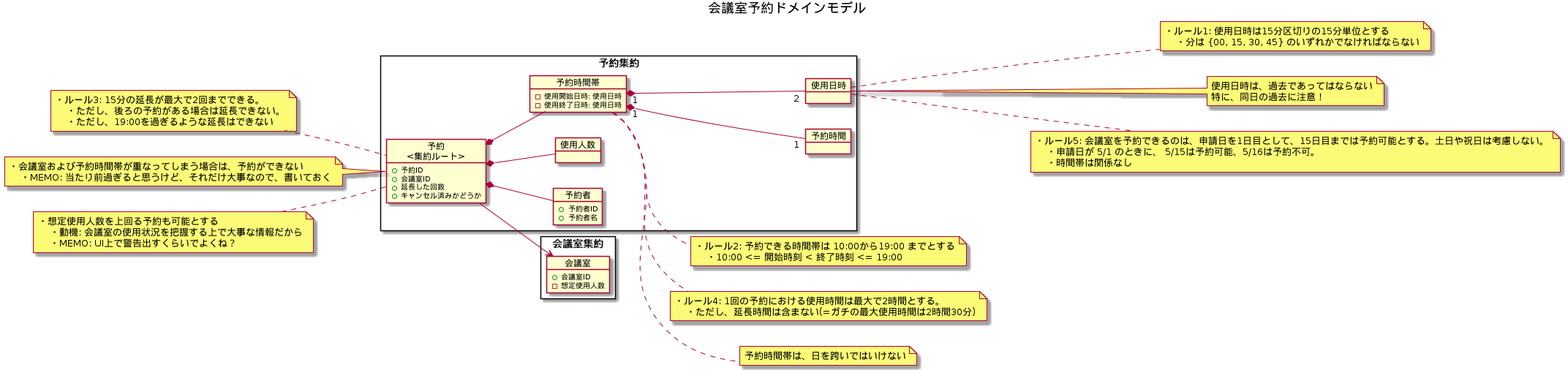
The PlantUML diagram diagram/ドメインモデル.png in ModelingKai/meeting-room-python, before a commit.
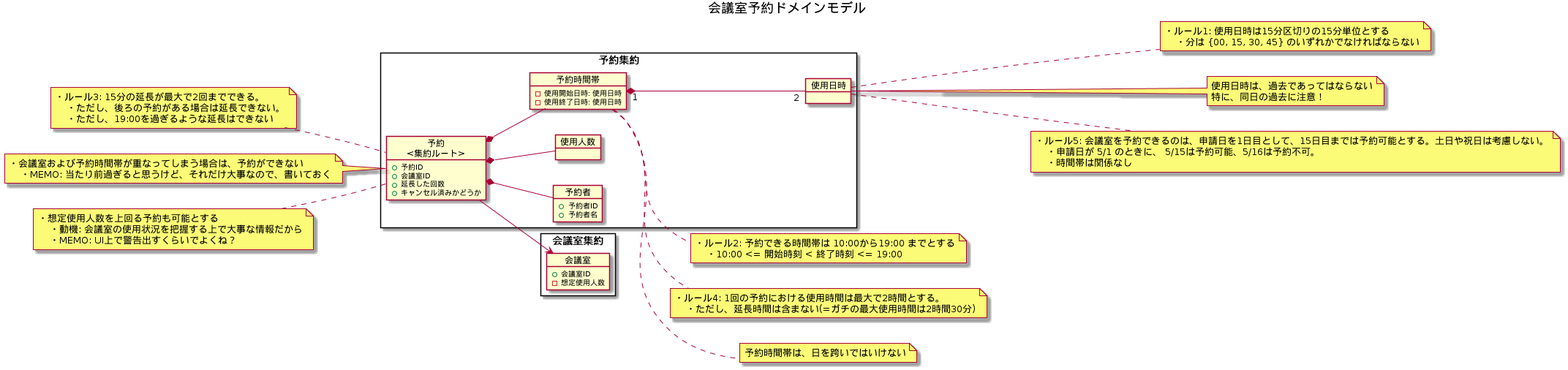
After the change.

Commit message:
Generate SVG and PNG images for PlantUML diagrams

Change to the diagram source:
```diff
@@ -26,8 +26,6 @@
         - 使用終了日時: 使用日時
     }
 
-    object 予約時間 {
-    }
 
     object 使用日時 {
     }
@@ -47,7 +45,6 @@
 c1 *-- 使用人数
 c1 *-- 予約時間帯
 予約時間帯 "1" *-- "2" 使用日時
-予約時間帯 "1" *-- "1" 予約時間
 
 note left of c1
 ・ルール3: 15分の延長が最大で2回までできる。
```
